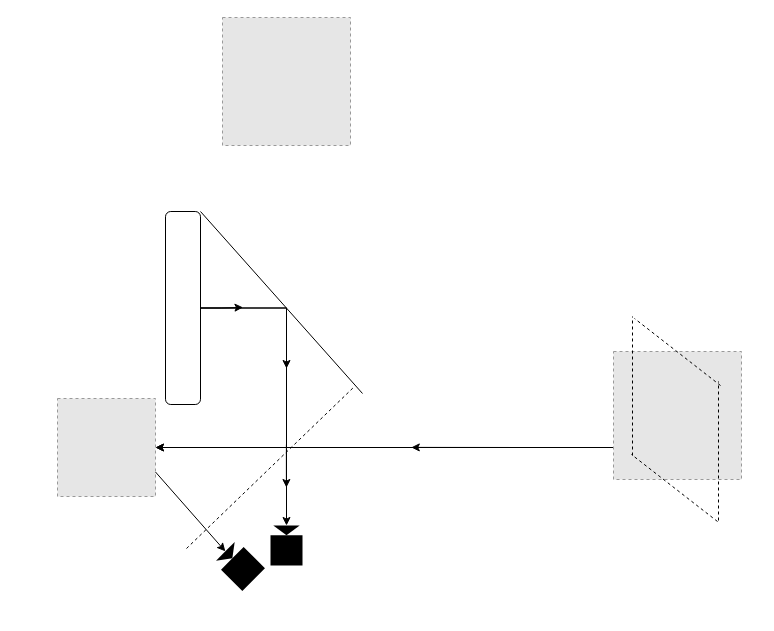
Earlier version of the draw.io diagram capstone_design.drawio (Dawei-S/Da). Source tidied: cells renumbered, new cells numbered last; positions are measured from the earlier drawing's top-left corner, leaving out a move shared by most shapes. Both pictures are drawn from the tidied source at 100%, with x=0, y=0 at pixel (57, 17). Pictures stored in the file or linked from it are replaced by grey dashed boxes.
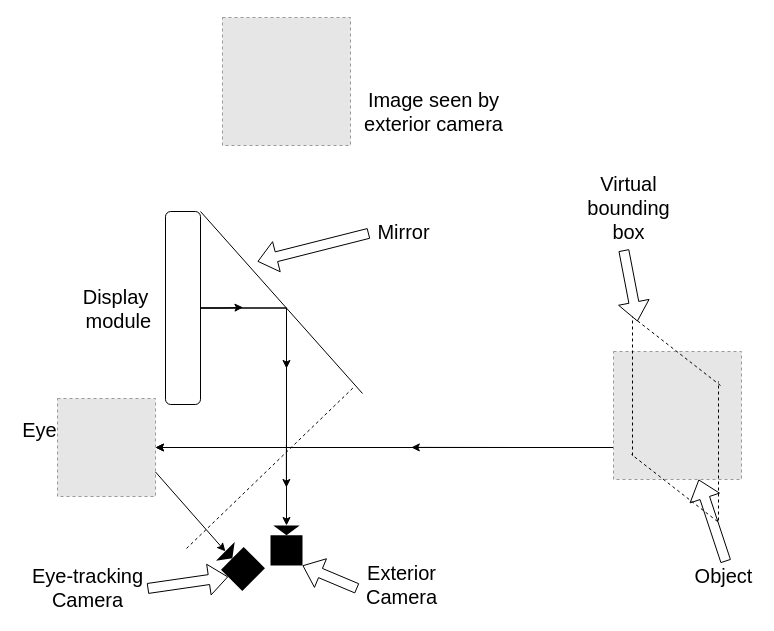
Above is the later version.

Unchanged cells that the change refers to:
```xml
<mxCell id="5" style="fillColor=#E6E6E6;strokeColor=#999999;dashed=1;html=1;verticalAlign=top;verticalLabelPosition=bottom;labelBackgroundColor=#ffffff;" parent="1" vertex="1">
  <mxGeometry x="556" y="334" width="128" height="128" as="geometry" />
</mxCell>
<mxCell id="16" style="shape=mxgraph.signs.tech.video_camera;html=1;fillColor=#000000;strokeColor=none;verticalLabelPosition=bottom;verticalAlign=top;align=center;rotation=-90;" parent="1" vertex="1">
  <mxGeometry x="209" y="512" width="40" height="32" as="geometry" />
</mxCell>
<mxCell id="17" style="shape=mxgraph.signs.tech.video_camera;html=1;fillColor=#000000;strokeColor=none;verticalLabelPosition=bottom;verticalAlign=top;align=center;rotation=-135;" parent="1" vertex="1">
  <mxGeometry x="162" y="532" width="40" height="32" as="geometry" />
</mxCell>
```

What changed in the source:
```diff
@@
+    <mxCell id="22" value="&lt;font style=&quot;font-size: 20px&quot;&gt;Image seen by &lt;br&gt;exterior camera&lt;/font&gt;" style="text;html=1;align=center;verticalAlign=middle;fontSize=20;" parent="1" vertex="1">
+      <mxGeometry x="301" y="68" width="149" height="52" as="geometry" />
+    </mxCell>
+    <mxCell id="23" value="Display&lt;br&gt;&amp;nbsp;module" style="text;html=1;align=center;verticalAlign=middle;fontSize=20;" parent="1" vertex="1">
+      <mxGeometry x="17" y="264.5" width="81" height="52" as="geometry" />
+    </mxCell>
+    <mxCell id="24" value="Mirror" style="text;html=1;align=center;verticalAlign=middle;points=[];fontSize=20;" parent="1" vertex="1">
+      <mxGeometry x="315" y="200" width="62" height="28" as="geometry" />
+    </mxCell>
+    <mxCell id="25" style="shape=flexArrow;endArrow=classic;html=1;exitX=-0.058;exitY=0.565;exitDx=0;exitDy=0;exitPerimeter=0;" parent="1" edge="1" source="24">
+      <mxGeometry relative="1" as="geometry">
+        <mxPoint x="200" y="244" as="targetPoint" />
+      </mxGeometry>
+    </mxCell>
+    <mxCell id="26" value="Exterior&lt;br&gt;Camera" style="text;html=1;align=center;verticalAlign=middle;points=[];fontSize=20;" parent="1" vertex="1">
+      <mxGeometry x="303" y="541" width="81" height="52" as="geometry" />
+    </mxCell>
+    <mxCell id="27" style="shape=flexArrow;endArrow=classic;html=1;exitX=-0.041;exitY=0.577;exitDx=0;exitDy=0;exitPerimeter=0;entryX=0;entryY=1;entryDx=0;entryDy=0;entryPerimeter=0;" parent="1" edge="1" source="26" target="16">
+      <mxGeometry relative="1" as="geometry" />
+    </mxCell>
+    <mxCell id="28" style="shape=flexArrow;endArrow=classic;html=1;entryX=0.5;entryY=0;entryDx=0;entryDy=0;entryPerimeter=0;" parent="1" edge="1" target="17">
+      <mxGeometry relative="1" as="geometry">
+        <mxPoint x="90" y="571" as="sourcePoint" />
+      </mxGeometry>
+    </mxCell>
+    <mxCell id="29" value="Eye-tracking&lt;br&gt;Camera" style="text;html=1;align=center;verticalAlign=middle;fontSize=20;" parent="1" vertex="1">
+      <mxGeometry x="-31" y="544" width="121" height="52" as="geometry" />
+    </mxCell>
+    <mxCell id="30" value="Eye" style="text;html=1;align=center;verticalAlign=middle;fontSize=20;" parent="1" vertex="1">
+      <mxGeometry x="-40" y="398" width="44" height="28" as="geometry" />
+    </mxCell>
+    <mxCell id="31" value="Virtual &lt;br&gt;bounding &lt;br&gt;box" style="text;html=1;align=center;verticalAlign=middle;points=[];fontSize=20;" parent="1" vertex="1">
+      <mxGeometry x="525" y="152" width="92" height="76" as="geometry" />
+    </mxCell>
+    <mxCell id="32" style="shape=flexArrow;endArrow=classic;html=1;exitX=0.449;exitY=1.061;exitDx=0;exitDy=0;exitPerimeter=0;" parent="1" edge="1" source="31">
+      <mxGeometry relative="1" as="geometry">
+        <mxPoint x="580" y="304" as="targetPoint" />
+      </mxGeometry>
+    </mxCell>
+    <mxCell id="33" value="Object" style="text;html=1;align=center;verticalAlign=middle;points=[];fontSize=20;" parent="1" vertex="1">
+      <mxGeometry x="632" y="544" width="68" height="28" as="geometry" />
+    </mxCell>
+    <mxCell id="34" style="shape=flexArrow;endArrow=classic;html=1;exitX=0.534;exitY=0;exitDx=0;exitDy=0;exitPerimeter=0;" parent="1" edge="1" source="33" target="5">
+      <mxGeometry relative="1" as="geometry" />
+    </mxCell>
```
